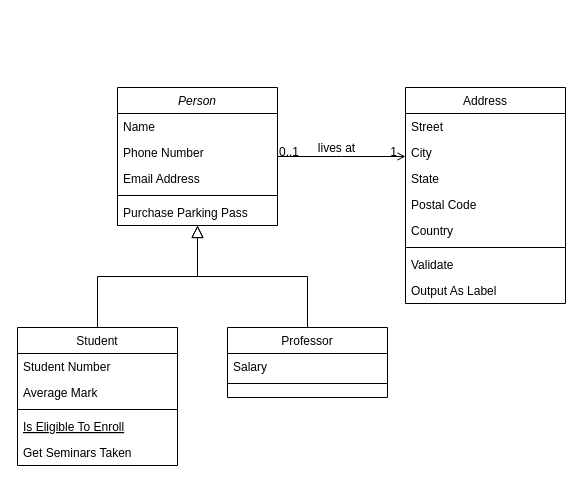
Above: Models.drawio in SailendraDLN/Misc. (draw.io), before the change. Source tidied: cells renumbered, new cells numbered last; positions are measured from the earlier drawing's top-left corner, leaving out a move shared by most shapes. Both pictures are drawn from the tidied source at 100%, with x=0, y=0 at pixel (17, 87).
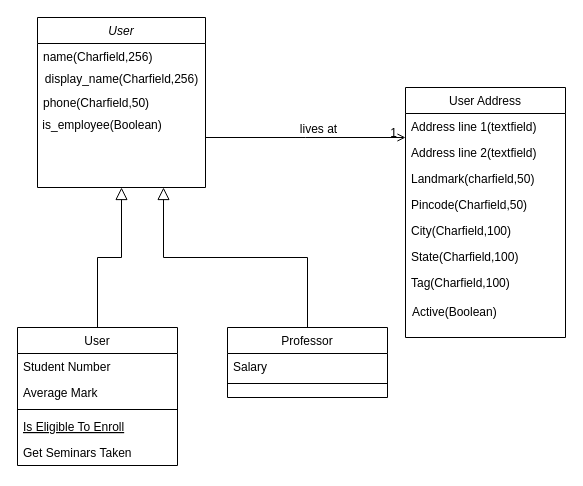
After the change.

Unchanged cells that the change refers to:
```xml
<mxCell id="15" value="Professor" style="swimlane;fontStyle=0;align=center;verticalAlign=top;horizontal=1;startSize=26;rounded=0;shadow=0;strokeWidth=1;" parent="1" vertex="1">
  <mxGeometry x="210" y="240" width="160" height="70" as="geometry" />
</mxCell>
<mxCell id="28" style="endArrow=open;shadow=0;strokeWidth=1;rounded=0;endFill=1;edgeStyle=elbowEdgeStyle;elbow=vertical;" parent="1" edge="1" source="2" target="19">
  <mxGeometry x="0.5" y="41" relative="1" as="geometry">
    <mxPoint x="-40" y="32" as="offset" />
  </mxGeometry>
</mxCell>
```

Diff of the diagram source:
```diff
@@
-    <mxCell id="2" value="Person" style="swimlane;fontStyle=2;align=center;verticalAlign=top;horizontal=1;startSize=26;rounded=0;shadow=0;strokeWidth=1;" parent="1" vertex="1">
-      <mxGeometry x="100" width="160" height="138" as="geometry" />
+    <mxCell id="2" value="User" style="swimlane;fontStyle=2;align=center;verticalAlign=top;horizontal=1;startSize=26;rounded=0;shadow=0;strokeWidth=1;" parent="1" vertex="1">
+      <mxGeometry x="20" y="-70" width="168" height="170" as="geometry" />
     </mxCell>
-    <mxCell id="3" value="Name" style="text;align=left;verticalAlign=top;spacingLeft=4;spacingRight=4;overflow=hidden;" parent="2" vertex="1">
-      <mxGeometry y="26" width="160" height="26" as="geometry" />
+    <mxCell id="3" value="name(Charfield,256)" style="text;align=left;verticalAlign=top;spacingLeft=4;spacingRight=4;overflow=hidden;" parent="2" vertex="1">
+      <mxGeometry y="26" width="168" height="26" as="geometry" />
     </mxCell>
+    <mxCell id="32" value="display_name(Charfield,256)" style="text;html=1;align=center;verticalAlign=middle;strokeColor=none;fillColor=none;" parent="2" vertex="1">
+      <mxGeometry y="52" width="168" height="20" as="geometry" />
+    </mxCell>
-    <mxCell id="4" value="Phone Number" style="text;align=left;verticalAlign=top;spacingLeft=4;spacingRight=4;overflow=hidden;rounded=0;shadow=0;html=0;" parent="2" vertex="1">
-      <mxGeometry y="52" width="160" height="26" as="geometry" />
+    <mxCell id="4" value="phone(Charfield,50)" style="text;align=left;verticalAlign=top;spacingLeft=4;spacingRight=4;overflow=hidden;rounded=0;shadow=0;html=0;" parent="2" vertex="1">
+      <mxGeometry y="72" width="168" height="26" as="geometry" />
     </mxCell>
-    <mxCell id="5" value="Email Address" style="text;align=left;verticalAlign=top;spacingLeft=4;spacingRight=4;overflow=hidden;rounded=0;shadow=0;html=0;" parent="2" vertex="1">
-      <mxGeometry y="78" width="160" height="26" as="geometry" />
-    </mxCell>
-    <mxCell id="6" style="line;html=1;strokeWidth=1;align=left;verticalAlign=middle;spacingTop=-1;spacingLeft=3;spacingRight=3;labelPosition=right;" parent="2" vertex="1">
-      <mxGeometry y="104" width="160" height="8" as="geometry" />
-    </mxCell>
-    <mxCell id="7" value="Purchase Parking Pass" style="text;align=left;verticalAlign=top;spacingLeft=4;spacingRight=4;overflow=hidden;" parent="2" vertex="1">
-      <mxGeometry y="112" width="160" height="26" as="geometry" />
-    </mxCell>
+    <mxCell id="33" value="&amp;nbsp;is_employee(Boolean)" style="text;html=1;align=left;verticalAlign=middle;strokeColor=none;fillColor=none;" parent="2" vertex="1">
+      <mxGeometry y="98" width="168" height="20" as="geometry" />
+    </mxCell>
-    <mxCell id="8" value="Student" style="swimlane;fontStyle=0;align=center;verticalAlign=top;horizontal=1;startSize=26;rounded=0;shadow=0;strokeWidth=1;" parent="1" vertex="1">
+    <mxCell id="8" value="User" style="swimlane;fontStyle=0;align=center;verticalAlign=top;horizontal=1;startSize=26;rounded=0;shadow=0;strokeWidth=1;" parent="1" vertex="1">
       <mxGeometry y="240" width="160" height="138" as="geometry" />
     </mxCell>
@@
-    <mxCell id="18" style="endArrow=block;endSize=10;endFill=0;shadow=0;strokeWidth=1;rounded=0;edgeStyle=elbowEdgeStyle;elbow=vertical;" parent="1" edge="1" source="15" target="2">
+    <mxCell id="18" style="endArrow=block;endSize=10;endFill=0;shadow=0;strokeWidth=1;rounded=0;edgeStyle=elbowEdgeStyle;elbow=vertical;entryX=0.75;entryY=1;entryDx=0;entryDy=0;" parent="1" edge="1" source="15" target="2">
       <mxGeometry relative="1" as="geometry" />
     </mxCell>
-    <mxCell id="19" value="Address" style="swimlane;fontStyle=0;align=center;verticalAlign=top;horizontal=1;startSize=26;rounded=0;shadow=0;strokeWidth=1;" parent="1" vertex="1">
-      <mxGeometry x="388" width="160" height="216" as="geometry" />
+    <mxCell id="19" value="User Address" style="swimlane;fontStyle=0;align=center;verticalAlign=top;horizontal=1;startSize=26;rounded=0;shadow=0;strokeWidth=1;" parent="1" vertex="1">
+      <mxGeometry x="388" width="160" height="250" as="geometry" />
     </mxCell>
-    <mxCell id="20" value="Street" style="text;align=left;verticalAlign=top;spacingLeft=4;spacingRight=4;overflow=hidden;" parent="19" vertex="1">
+    <mxCell id="20" value="Address line 1(textfield)" style="text;align=left;verticalAlign=top;spacingLeft=4;spacingRight=4;overflow=hidden;" parent="19" vertex="1">
       <mxGeometry y="26" width="160" height="26" as="geometry" />
     </mxCell>
-    <mxCell id="21" value="City" style="text;align=left;verticalAlign=top;spacingLeft=4;spacingRight=4;overflow=hidden;rounded=0;shadow=0;html=0;" parent="19" vertex="1">
+    <mxCell id="21" value="Address line 2(textfield)" style="text;align=left;verticalAlign=top;spacingLeft=4;spacingRight=4;overflow=hidden;rounded=0;shadow=0;html=0;" parent="19" vertex="1">
       <mxGeometry y="52" width="160" height="26" as="geometry" />
     </mxCell>
-    <mxCell id="22" value="State" style="text;align=left;verticalAlign=top;spacingLeft=4;spacingRight=4;overflow=hidden;rounded=0;shadow=0;html=0;" parent="19" vertex="1">
+    <mxCell id="22" value="Landmark(charfield,50)" style="text;align=left;verticalAlign=top;spacingLeft=4;spacingRight=4;overflow=hidden;rounded=0;shadow=0;html=0;" parent="19" vertex="1">
       <mxGeometry y="78" width="160" height="26" as="geometry" />
     </mxCell>
-    <mxCell id="23" value="Postal Code" style="text;align=left;verticalAlign=top;spacingLeft=4;spacingRight=4;overflow=hidden;rounded=0;shadow=0;html=0;" parent="19" vertex="1">
+    <mxCell id="23" value="Pincode(Charfield,50)" style="text;align=left;verticalAlign=top;spacingLeft=4;spacingRight=4;overflow=hidden;rounded=0;shadow=0;html=0;" parent="19" vertex="1">
       <mxGeometry y="104" width="160" height="26" as="geometry" />
     </mxCell>
-    <mxCell id="24" value="Country" style="text;align=left;verticalAlign=top;spacingLeft=4;spacingRight=4;overflow=hidden;rounded=0;shadow=0;html=0;" parent="19" vertex="1">
+    <mxCell id="24" value="City(Charfield,100)" style="text;align=left;verticalAlign=top;spacingLeft=4;spacingRight=4;overflow=hidden;rounded=0;shadow=0;html=0;" parent="19" vertex="1">
       <mxGeometry y="130" width="160" height="26" as="geometry" />
     </mxCell>
-    <mxCell id="25" style="line;html=1;strokeWidth=1;align=left;verticalAlign=middle;spacingTop=-1;spacingLeft=3;spacingRight=3;labelPosition=right;" parent="19" vertex="1">
-      <mxGeometry y="156" width="160" height="8" as="geometry" />
-    </mxCell>
-    <mxCell id="26" value="Validate" style="text;align=left;verticalAlign=top;spacingLeft=4;spacingRight=4;overflow=hidden;" parent="19" vertex="1">
-      <mxGeometry y="164" width="160" height="26" as="geometry" />
+    <mxCell id="26" value="State(Charfield,100)" style="text;align=left;verticalAlign=top;spacingLeft=4;spacingRight=4;overflow=hidden;" parent="19" vertex="1">
+      <mxGeometry y="156" width="160" height="26" as="geometry" />
     </mxCell>
-    <mxCell id="27" value="Output As Label" style="text;align=left;verticalAlign=top;spacingLeft=4;spacingRight=4;overflow=hidden;" parent="19" vertex="1">
-      <mxGeometry y="190" width="160" height="26" as="geometry" />
+    <mxCell id="27" value="Tag(Charfield,100)" style="text;align=left;verticalAlign=top;spacingLeft=4;spacingRight=4;overflow=hidden;" parent="19" vertex="1">
+      <mxGeometry y="182" width="160" height="28" as="geometry" />
     </mxCell>
+    <mxCell id="34" value="Active(Boolean)" style="text;html=1;align=left;verticalAlign=middle;strokeColor=none;fillColor=none;spacing=7;" parent="19" vertex="1">
+      <mxGeometry y="210" width="160" height="30" as="geometry" />
+    </mxCell>
@@
-    <mxCell id="29" value="0..1" style="align=left;verticalAlign=bottom;labelBackgroundColor=none;fontSize=12;" parent="28" vertex="1">
-      <mxGeometry x="-1" relative="1" as="geometry">
-        <mxPoint y="4" as="offset" />
-      </mxGeometry>
-    </mxCell>
```
